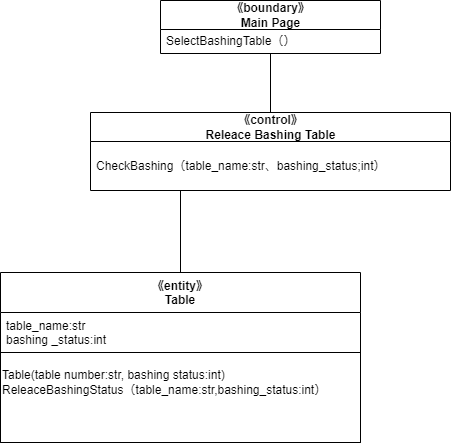
Before: psp4/設計モデルのクラス/設計モデルクラス図_バッシング.drawio.png, a diagram exported from draw.io (MasakiHiguchi/---). Source tidied: cells renumbered, new cells last; positions are measured from the earlier drawing's top-left corner, leaving out a move shared by most shapes.
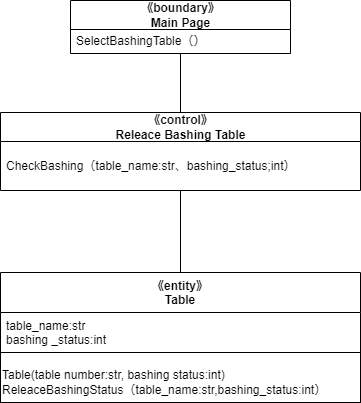
After the change.

The edit, as a diff of the source:
```diff
@@ -17,17 +17,17 @@
     <mxCell id="6" value="CheckBashing（table_name:str、bashing_status;int）" style="text;html=1;strokeColor=none;fillColor=none;align=left;verticalAlign=middle;spacingLeft=4;spacingRight=4;overflow=hidden;" parent="5" vertex="1">
       <mxGeometry y="29" width="360" height="49" as="geometry" />
     </mxCell>
-    <mxCell id="7" style="edgeStyle=none;html=1;exitX=0.5;exitY=0;exitDx=0;exitDy=0;entryX=0.25;entryY=1;entryDx=0;entryDy=0;endArrow=none;endFill=0;" parent="1" edge="1" source="8" target="5">
+    <mxCell id="7" style="edgeStyle=none;html=1;exitX=0.5;exitY=0;exitDx=0;exitDy=0;entryX=0.5;entryY=1;entryDx=0;entryDy=0;endArrow=none;endFill=0;" parent="1" edge="1" source="8" target="5">
       <mxGeometry relative="1" as="geometry" />
     </mxCell>
     <mxCell id="8" value="《entity》&#10;Table" style="swimlane;fontStyle=1;align=center;verticalAlign=top;horizontal=1;startSize=40;" parent="1" vertex="1">
-      <mxGeometry y="272" width="360" height="170" as="geometry" />
+      <mxGeometry x="90" y="272" width="360" height="130" as="geometry" />
     </mxCell>
     <mxCell id="9" value="table_name:str&#10;bashing _status:int" style="text;strokeColor=none;fillColor=none;align=left;verticalAlign=top;spacingLeft=4;spacingRight=4;overflow=hidden;" parent="8" vertex="1">
       <mxGeometry y="40" width="360" height="40" as="geometry" />
     </mxCell>
     <mxCell id="10" style="swimlane;startSize=0;" parent="8" vertex="1">
-      <mxGeometry y="80" width="360" height="90" as="geometry" />
+      <mxGeometry y="80" width="360" height="50" as="geometry" />
     </mxCell>
     <mxCell id="11" value="Table(table number:str, bashing status:int)&lt;br&gt;ReleaceBashingStatus（table_name:str,bashing_status:int）" style="text;html=1;align=left;verticalAlign=middle;strokeColor=none;fillColor=none;" parent="10" vertex="1">
       <mxGeometry y="10" width="350" height="40" as="geometry" />
```
